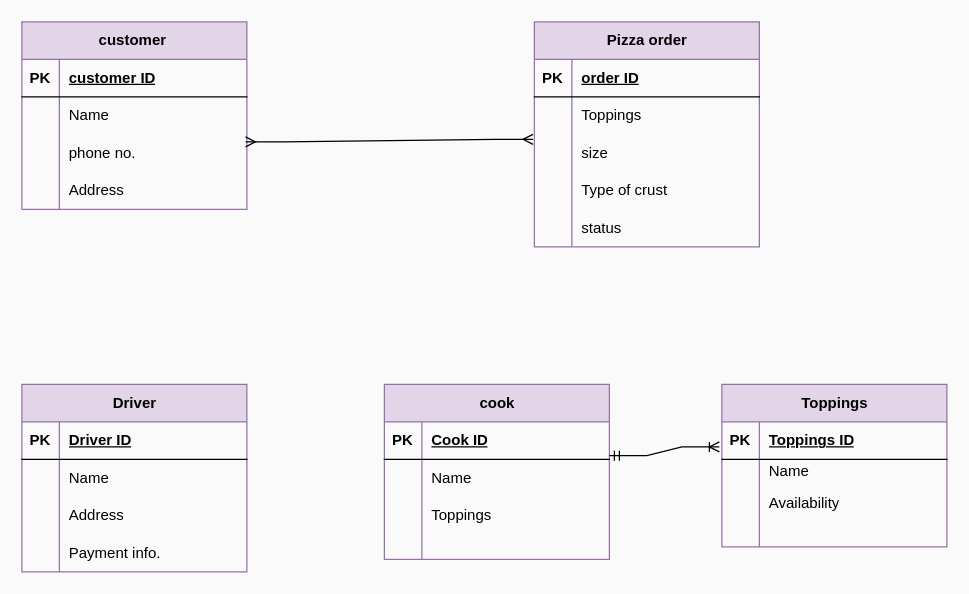
The draw.io diagram Untitled Diagram.drawio in Yuna529/yuna529, before the edit. Source tidied: cells renumbered, new cells numbered last; positions are measured from the earlier drawing's top-left corner, leaving out a move shared by most shapes. Both pictures are drawn from the tidied source at 125%, with x=0, y=0 at pixel (21, 21).
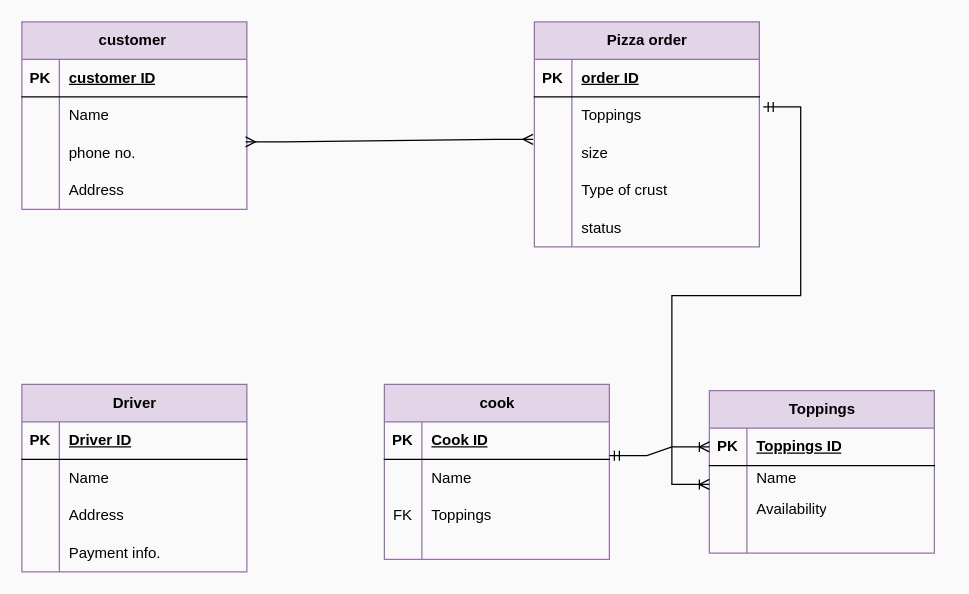
Above is the later version.

Unchanged cells that the change refers to:
```xml
<mxCell id="32" style="shape=tableRow;horizontal=0;startSize=0;swimlaneHead=0;swimlaneBody=0;fillColor=none;points=[[0,0.5],[1,0.5]];portConstraint=eastwest;top=0;left=0;right=0;bottom=0;" parent="28" vertex="1">
  <mxGeometry y="60" width="180" height="30" as="geometry" />
</mxCell>
<mxCell id="51" style="shape=tableRow;horizontal=0;startSize=0;swimlaneHead=0;swimlaneBody=0;fillColor=none;top=0;left=0;right=0;bottom=0;" parent="44" vertex="1">
  <mxGeometry y="90" width="180" height="30" as="geometry" />
</mxCell>
<mxCell id="59" style="shape=tableRow;horizontal=0;startSize=0;swimlaneHead=0;swimlaneBody=0;fillColor=none;points=[[0,0.5],[1,0.5]];portConstraint=eastwest;top=0;left=0;right=0;bottom=1;" parent="58" vertex="1">
  <mxGeometry y="30" width="180" height="30" as="geometry" />
</mxCell>
```

Change to the diagram source:
```diff
@@
-    <mxCell id="52" style="shape=partialRectangle;fillColor=none;top=0;left=0;bottom=0;right=0;overflow=hidden;whiteSpace=wrap;html=1;" parent="51" vertex="1">
+    <mxCell id="52" value="FK" style="shape=partialRectangle;fillColor=none;top=0;left=0;bottom=0;right=0;overflow=hidden;whiteSpace=wrap;html=1;" parent="51" vertex="1">
       <mxGeometry width="30" height="30" as="geometry" />
     </mxCell>
@@
     <mxCell id="58" value="Toppings" style="shape=table;startSize=30;childLayout=tableLayout;rowLines=0;fontStyle=1;align=center;html=1;fillColor=#e1d5e7;strokeColor=#9673a6;" parent="1" vertex="1">
-      <mxGeometry x="560" y="290" width="180" height="130" as="geometry" />
+      <mxGeometry x="550" y="295" width="180" height="130" as="geometry" />
     </mxCell>
@@
-    <mxCell id="71" style="edgeStyle=entityRelationEdgeStyle;fontSize=12;html=1;endArrow=ERoneToMany;startArrow=ERmandOne;rounded=0;exitX=1.011;exitY=0.733;exitDx=0;exitDy=0;exitPerimeter=0;entryX=0;entryY=0.5;entryDx=0;entryDy=0;" parent="1" edge="1">
+    <mxCell id="71" style="edgeStyle=entityRelationEdgeStyle;fontSize=12;html=1;endArrow=ERoneToMany;startArrow=ERmandOne;rounded=0;exitX=1.011;exitY=0.733;exitDx=0;exitDy=0;exitPerimeter=0;entryX=0;entryY=0.5;entryDx=0;entryDy=0;" parent="1" edge="1" target="59">
       <mxGeometry relative="1" as="geometry">
         <mxPoint x="470" y="347" as="sourcePoint" />
-        <mxPoint x="558" y="340" as="targetPoint" />
       </mxGeometry>
     </mxCell>
+    <mxCell id="72" style="edgeStyle=entityRelationEdgeStyle;fontSize=12;html=1;endArrow=ERoneToMany;startArrow=ERmandOne;rounded=0;exitX=1.017;exitY=0.267;exitDx=0;exitDy=0;exitPerimeter=0;" parent="1" edge="1" source="32">
+      <mxGeometry relative="1" as="geometry">
+        <mxPoint x="550" y="370" as="targetPoint" />
+      </mxGeometry>
+    </mxCell>
```
